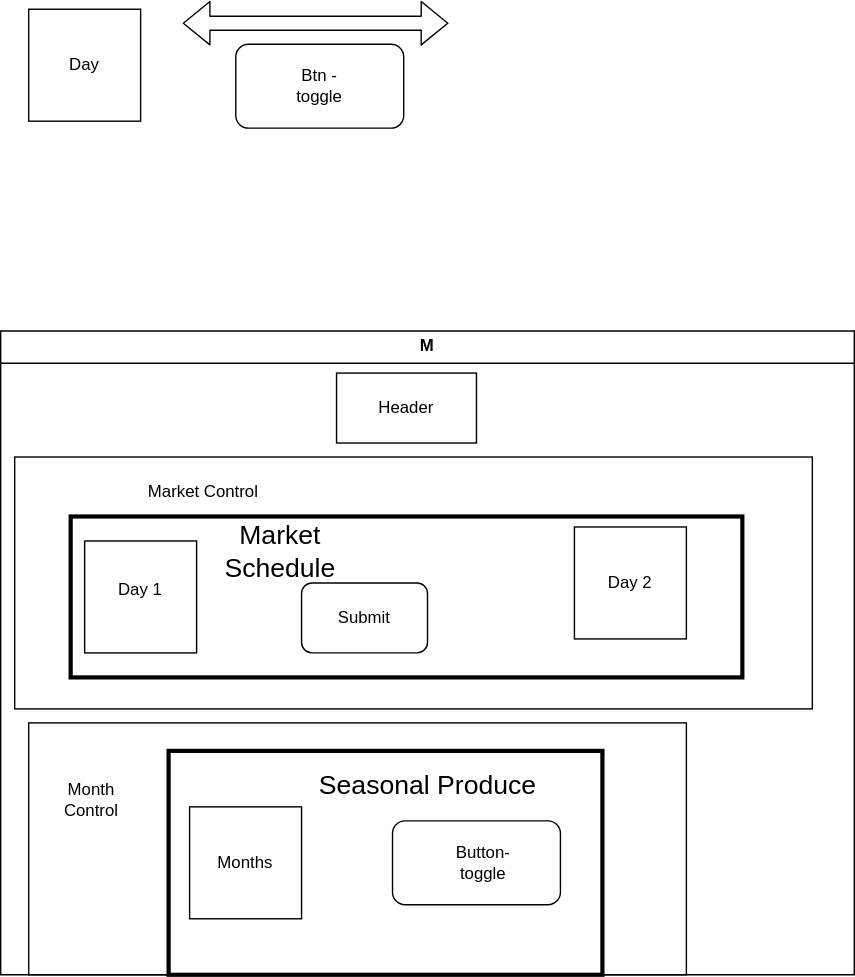
The draw.io diagram diagram.drawio.svg in kimmykokonut/famers-market-site, before a commit. Source tidied: cells renumbered, new cells last; positions are measured from the earlier drawing's top-left corner, leaving out a move shared by most shapes.
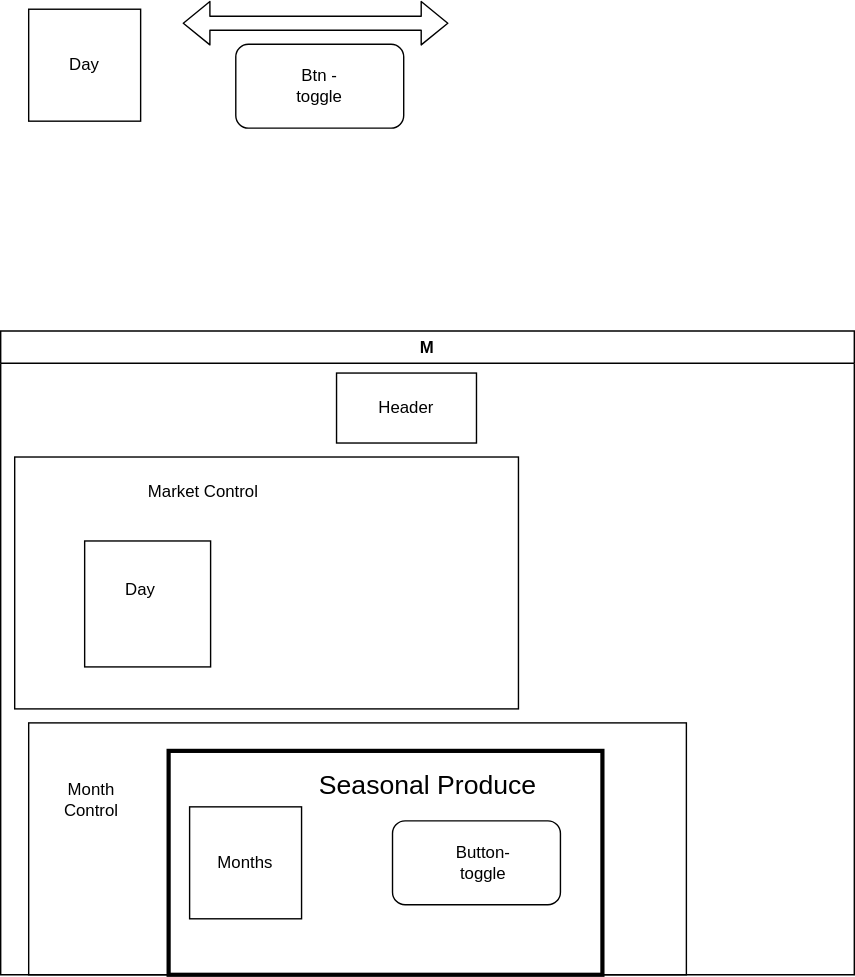
The same diagram one commit later.

Commit message:
display a schedule for only a specified day.

Diff of the diagram source:
```diff
@@ -6,7 +6,7 @@
       <mxGeometry x="20" y="510" width="470" height="180" as="geometry" />
     </mxCell>
     <mxCell id="3" style="rounded=0;whiteSpace=wrap;html=1;" parent="1" vertex="1">
-      <mxGeometry x="10" y="320" width="570" height="180" as="geometry" />
+      <mxGeometry x="10" y="320" width="360" height="180" as="geometry" />
     </mxCell>
     <mxCell id="4" value="M" style="swimlane;whiteSpace=wrap;html=1;" parent="1" vertex="1">
       <mxGeometry y="230" width="610" height="460" as="geometry" />
@@ -14,9 +14,6 @@
     <mxCell id="5" style="rounded=0;whiteSpace=wrap;html=1;strokeWidth=3;fillColor=none;" parent="4" vertex="1">
       <mxGeometry x="120" y="300" width="310" height="160" as="geometry" />
     </mxCell>
-    <mxCell id="6" value="&lt;font style=&quot;font-size: 19px;&quot;&gt;Market Schedule&lt;/font&gt;" style="text;html=1;strokeColor=none;fillColor=none;align=center;verticalAlign=middle;whiteSpace=wrap;rounded=0;strokeWidth=3;" parent="4" vertex="1">
-      <mxGeometry x="140" y="132.5" width="120" height="50" as="geometry" />
-    </mxCell>
     <mxCell id="7" value="Seasonal Produce" style="text;html=1;strokeColor=none;fillColor=none;align=center;verticalAlign=middle;whiteSpace=wrap;rounded=0;strokeWidth=3;fontSize=19;" parent="4" vertex="1">
       <mxGeometry x="222.5" y="310" width="165" height="30" as="geometry" />
     </mxCell>
@@ -27,23 +24,11 @@
       <mxGeometry x="260" y="40" width="60" height="30" as="geometry" />
     </mxCell>
     <mxCell id="10" style="whiteSpace=wrap;html=1;" parent="4" vertex="1">
-      <mxGeometry x="60" y="150" width="80" height="80" as="geometry" />
+      <mxGeometry x="60" y="150" width="90" height="90" as="geometry" />
     </mxCell>
-    <mxCell id="11" style="whiteSpace=wrap;html=1;" parent="4" vertex="1">
-      <mxGeometry x="410" y="140" width="80" height="80" as="geometry" />
-    </mxCell>
-    <mxCell id="12" value="Day 1" style="text;html=1;strokeColor=none;fillColor=none;align=center;verticalAlign=middle;whiteSpace=wrap;rounded=0;" parent="4" vertex="1">
+    <mxCell id="12" value="Day" style="text;html=1;strokeColor=none;fillColor=none;align=center;verticalAlign=middle;whiteSpace=wrap;rounded=0;" parent="4" vertex="1">
       <mxGeometry x="70" y="170" width="60" height="30" as="geometry" />
     </mxCell>
-    <mxCell id="13" value="Day 2" style="text;html=1;strokeColor=none;fillColor=none;align=center;verticalAlign=middle;whiteSpace=wrap;rounded=0;" parent="4" vertex="1">
-      <mxGeometry x="420" y="165" width="60" height="30" as="geometry" />
-    </mxCell>
-    <mxCell id="14" style="rounded=1;whiteSpace=wrap;html=1;" parent="4" vertex="1">
-      <mxGeometry x="215" y="180" width="90" height="50" as="geometry" />
-    </mxCell>
-    <mxCell id="15" value="Submit" style="text;html=1;strokeColor=none;fillColor=none;align=center;verticalAlign=middle;whiteSpace=wrap;rounded=0;" parent="4" vertex="1">
-      <mxGeometry x="230" y="190" width="60" height="30" as="geometry" />
-    </mxCell>
     <mxCell id="16" style="group;" parent="4" vertex="1">
       <mxGeometry x="135" y="340" width="80" height="80" as="geometry" />
     </mxCell>
@@ -65,9 +50,6 @@
     <mxCell id="22" value="Button-toggle" style="text;html=1;strokeColor=none;fillColor=none;align=center;verticalAlign=middle;whiteSpace=wrap;rounded=0;" parent="20" vertex="1">
       <mxGeometry x="35" y="15" width="60" height="30" as="geometry" />
     </mxCell>
-    <mxCell id="23" style="rounded=0;whiteSpace=wrap;html=1;fillColor=none;strokeWidth=3;" parent="4" vertex="1">
-      <mxGeometry x="50" y="132.5" width="480" height="115" as="geometry" />
-    </mxCell>
     <mxCell id="24" value="Market Control" style="text;html=1;strokeColor=none;fillColor=none;align=center;verticalAlign=middle;whiteSpace=wrap;rounded=0;" parent="4" vertex="1">
       <mxGeometry x="60" y="100" width="170" height="30" as="geometry" />
     </mxCell>
```
